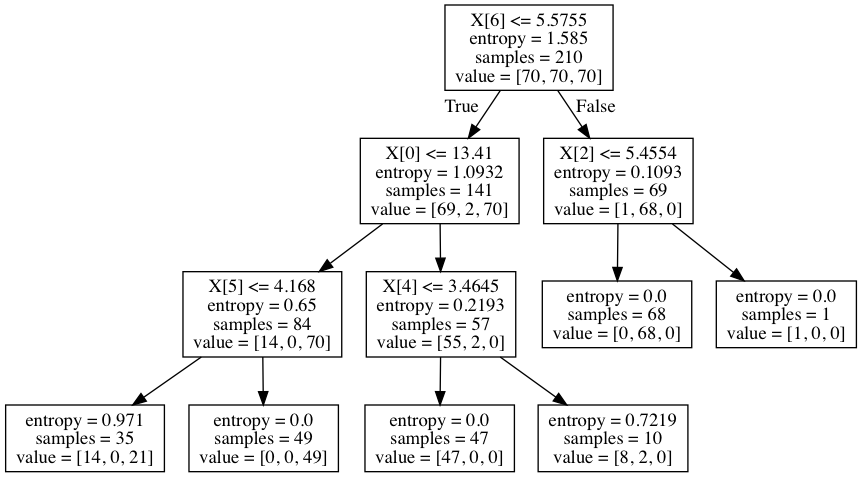
This is Lesson 1/Варианты/Вариант 8/tree3.png from ademyanchuk/IntellSys, a Graphviz export, as it was before one commit. Its source is kept beside it as Lesson 1/Варианты/Вариант 8/tree3.dot.
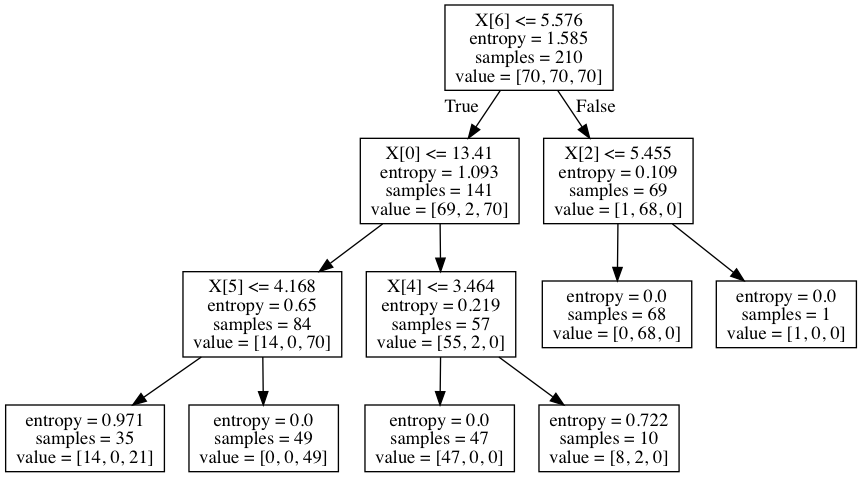
Later version of the same file.

Diff of the diagram source:
```diff
@@ -1,7 +1,7 @@
 digraph Tree {
 node [shape=box] ;
-0 [label="X[6] <= 5.5755\nentropy = 1.585\nsamples = 210\nvalue = [70, 70, 70]"] ;
-1 [label="X[0] <= 13.41\nentropy = 1.0932\nsamples = 141\nvalue = [69, 2, 70]"] ;
+0 [label="X[6] <= 5.576\nentropy = 1.585\nsamples = 210\nvalue = [70, 70, 70]"] ;
+1 [label="X[0] <= 13.41\nentropy = 1.093\nsamples = 141\nvalue = [69, 2, 70]"] ;
 0 -> 1 [labeldistance=2.5, labelangle=45, headlabel="True"] ;
 2 [label="X[5] <= 4.168\nentropy = 0.65\nsamples = 84\nvalue = [14, 0, 70]"] ;
 1 -> 2 ;
@@ -9,13 +9,13 @@
 2 -> 3 ;
 4 [label="entropy = 0.0\nsamples = 49\nvalue = [0, 0, 49]"] ;
 2 -> 4 ;
-5 [label="X[4] <= 3.4645\nentropy = 0.2193\nsamples = 57\nvalue = [55, 2, 0]"] ;
+5 [label="X[4] <= 3.464\nentropy = 0.219\nsamples = 57\nvalue = [55, 2, 0]"] ;
 1 -> 5 ;
 6 [label="entropy = 0.0\nsamples = 47\nvalue = [47, 0, 0]"] ;
 5 -> 6 ;
-7 [label="entropy = 0.7219\nsamples = 10\nvalue = [8, 2, 0]"] ;
+7 [label="entropy = 0.722\nsamples = 10\nvalue = [8, 2, 0]"] ;
 5 -> 7 ;
-8 [label="X[2] <= 5.4554\nentropy = 0.1093\nsamples = 69\nvalue = [1, 68, 0]"] ;
+8 [label="X[2] <= 5.455\nentropy = 0.109\nsamples = 69\nvalue = [1, 68, 0]"] ;
 0 -> 8 [labeldistance=2.5, labelangle=-45, headlabel="False"] ;
 9 [label="entropy = 0.0\nsamples = 68\nvalue = [0, 68, 0]"] ;
 8 -> 9 ;
```
